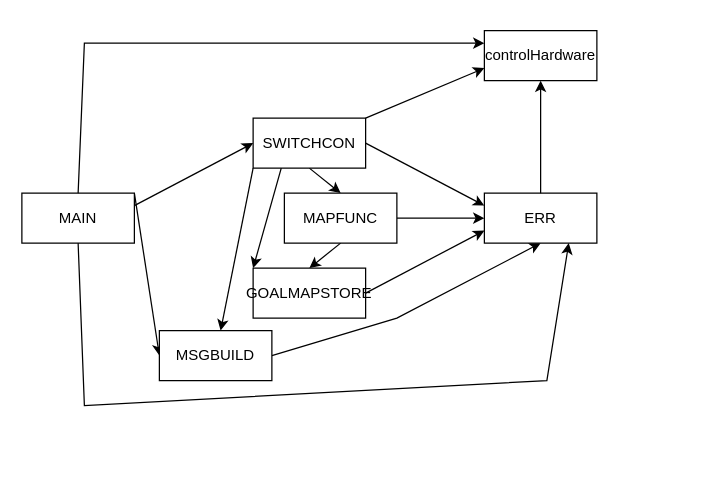
Before: diagramsDrawio/scriptConnections.drawio in SophiagDotart/puzzlingRobots, a draw.io diagram. Source tidied: cells renumbered, new cells numbered last; positions are measured from the earlier drawing's top-left corner, leaving out a move shared by most shapes. Both pictures are drawn from the tidied source at 125%, with x=0, y=0 at pixel (21, 30).
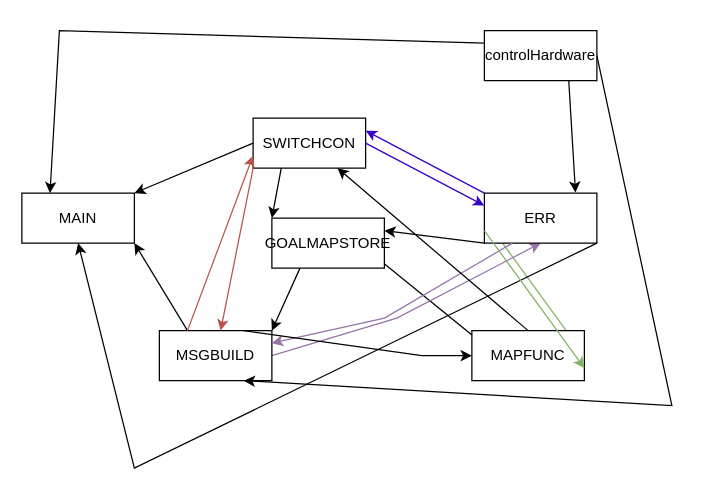
The same diagram, later.

The change refers to these unchanged cells:
```xml
<mxCell id="10" value="MSGBUILD" style="rounded=0;whiteSpace=wrap;html=1;" parent="1" vertex="1">
  <mxGeometry x="110" y="240" width="90" height="40" as="geometry" />
</mxCell>
<mxCell id="11" value="MAIN" style="rounded=0;whiteSpace=wrap;html=1;" parent="1" vertex="1">
  <mxGeometry y="130" width="90" height="40" as="geometry" />
</mxCell>
<mxCell id="12" value="ERR" style="rounded=0;whiteSpace=wrap;html=1;" parent="1" vertex="1">
  <mxGeometry x="370" y="130" width="90" height="40" as="geometry" />
</mxCell>
<mxCell id="15" value="SWITCHCON" style="rounded=0;whiteSpace=wrap;html=1;" parent="1" vertex="1">
  <mxGeometry x="185" y="70" width="90" height="40" as="geometry" />
</mxCell>
<mxCell id="17" value="controlHardware" style="rounded=0;whiteSpace=wrap;html=1;" parent="1" vertex="1">
  <mxGeometry x="370" width="90" height="40" as="geometry" />
</mxCell>
```

Diff of the diagram source:
```diff
@@
-    <mxCell id="2" style="endArrow=classic;html=1;rounded=0;exitX=1;exitY=0.25;exitDx=0;exitDy=0;entryX=0;entryY=0.5;entryDx=0;entryDy=0;" parent="1" edge="1" source="11" target="15">
-      <mxGeometry relative="1" as="geometry" />
-    </mxCell>
-    <mxCell id="3" style="endArrow=classic;html=1;rounded=0;entryX=0.5;entryY=0;entryDx=0;entryDy=0;exitX=0.5;exitY=1;exitDx=0;exitDy=0;" parent="1" edge="1" source="15" target="13">
-      <mxGeometry relative="1" as="geometry" />
-    </mxCell>
@@
-    <mxCell id="5" style="endArrow=classic;html=1;rounded=0;exitX=1;exitY=0;exitDx=0;exitDy=0;entryX=0;entryY=0.5;entryDx=0;entryDy=0;" parent="1" edge="1" source="11" target="10">
-      <mxGeometry relative="1" as="geometry" />
-    </mxCell>
-    <mxCell id="6" style="endArrow=classic;html=1;rounded=0;entryX=0;entryY=0.25;entryDx=0;entryDy=0;exitX=1;exitY=0.5;exitDx=0;exitDy=0;" parent="1" edge="1" source="15" target="12">
+    <mxCell id="6" style="endArrow=classic;html=1;rounded=0;entryX=0;entryY=0.25;entryDx=0;entryDy=0;exitX=1;exitY=0.5;exitDx=0;exitDy=0;fillColor=#6a00ff;strokeColor=#3700CC;" parent="1" edge="1" source="15" target="12">
       <mxGeometry relative="1" as="geometry" />
     </mxCell>
-    <mxCell id="7" style="endArrow=classic;html=1;rounded=0;exitX=1;exitY=0.5;exitDx=0;exitDy=0;entryX=0;entryY=0.5;entryDx=0;entryDy=0;" parent="1" edge="1" source="13" target="12">
+    <mxCell id="7" style="endArrow=classic;html=1;rounded=0;exitX=1;exitY=0.5;exitDx=0;exitDy=0;entryX=0;entryY=0.5;entryDx=0;entryDy=0;fillColor=#d5e8d4;strokeColor=#82b366;" parent="1" edge="1" source="13" target="12">
       <mxGeometry relative="1" as="geometry" />
     </mxCell>
-    <mxCell id="8" style="endArrow=classic;html=1;rounded=0;entryX=0;entryY=0.75;entryDx=0;entryDy=0;exitX=1;exitY=0.5;exitDx=0;exitDy=0;" parent="1" edge="1" source="14" target="12">
-      <mxGeometry relative="1" as="geometry" />
-    </mxCell>
-    <mxCell id="9" style="endArrow=classic;html=1;rounded=0;entryX=0.5;entryY=1;entryDx=0;entryDy=0;exitX=1;exitY=0.5;exitDx=0;exitDy=0;" parent="1" edge="1" source="10" target="12">
+    <mxCell id="9" style="endArrow=classic;html=1;rounded=0;entryX=0.5;entryY=1;entryDx=0;entryDy=0;exitX=1;exitY=0.5;exitDx=0;exitDy=0;fillColor=#e1d5e7;strokeColor=#9673a6;" parent="1" edge="1" source="10" target="12">
       <mxGeometry relative="1" as="geometry">
         <Array as="points">
           <mxPoint x="300" y="230" />
         </Array>
       </mxGeometry>
     </mxCell>
@@
     <mxCell id="13" value="MAPFUNC" style="rounded=0;whiteSpace=wrap;html=1;" parent="1" vertex="1">
-      <mxGeometry x="210" y="130" width="90" height="40" as="geometry" />
+      <mxGeometry x="360" y="240" width="90" height="40" as="geometry" />
     </mxCell>
     <mxCell id="14" value="GOALMAPSTORE" style="rounded=0;whiteSpace=wrap;html=1;" parent="1" vertex="1">
-      <mxGeometry x="185" y="190" width="90" height="40" as="geometry" />
+      <mxGeometry x="200" y="150" width="90" height="40" as="geometry" />
     </mxCell>
@@
-    <mxCell id="16" style="endArrow=classic;html=1;rounded=0;exitX=0;exitY=1;exitDx=0;exitDy=0;" parent="1" edge="1" source="15" target="10">
+    <mxCell id="16" style="endArrow=classic;html=1;rounded=0;exitX=0;exitY=1;exitDx=0;exitDy=0;fillColor=#f8cecc;strokeColor=#b85450;" parent="1" edge="1" source="15" target="10">
       <mxGeometry relative="1" as="geometry" />
     </mxCell>
@@
-    <mxCell id="18" style="endArrow=classic;html=1;rounded=0;exitX=0.5;exitY=0;exitDx=0;exitDy=0;entryX=0;entryY=0.25;entryDx=0;entryDy=0;" parent="1" edge="1" source="11" target="17">
-      <mxGeometry relative="1" as="geometry">
-        <Array as="points">
-          <mxPoint x="50" y="10" />
-        </Array>
-      </mxGeometry>
-    </mxCell>
-    <mxCell id="19" style="endArrow=classic;html=1;rounded=0;exitX=1;exitY=0;exitDx=0;exitDy=0;entryX=0;entryY=0.75;entryDx=0;entryDy=0;" parent="1" edge="1" source="15" target="17">
-      <mxGeometry relative="1" as="geometry" />
-    </mxCell>
-    <mxCell id="20" style="endArrow=classic;html=1;rounded=0;exitX=0.5;exitY=0;exitDx=0;exitDy=0;entryX=0.5;entryY=1;entryDx=0;entryDy=0;" parent="1" edge="1" source="12" target="17">
-      <mxGeometry relative="1" as="geometry" />
-    </mxCell>
@@
-    <mxCell id="22" style="endArrow=classic;html=1;rounded=0;exitX=0.5;exitY=1;exitDx=0;exitDy=0;entryX=0.75;entryY=1;entryDx=0;entryDy=0;" parent="1" edge="1" source="11" target="12">
-      <mxGeometry relative="1" as="geometry">
-        <Array as="points">
-          <mxPoint x="50" y="300" />
-          <mxPoint x="420" y="280" />
-        </Array>
-      </mxGeometry>
-    </mxCell>
+    <mxCell id="23" style="endArrow=classic;html=1;rounded=0;exitX=0;exitY=0.25;exitDx=0;exitDy=0;entryX=0.25;entryY=0;entryDx=0;entryDy=0;" parent="1" edge="1" source="17" target="11">
+      <mxGeometry relative="1" as="geometry">
+        <Array as="points">
+          <mxPoint x="30" />
+        </Array>
+      </mxGeometry>
+    </mxCell>
+    <mxCell id="24" style="endArrow=classic;html=1;rounded=0;exitX=0;exitY=0.5;exitDx=0;exitDy=0;entryX=1;entryY=0;entryDx=0;entryDy=0;entryPerimeter=0;" parent="1" edge="1" source="15" target="11">
+      <mxGeometry relative="1" as="geometry" />
+    </mxCell>
+    <mxCell id="25" style="endArrow=classic;html=1;rounded=0;exitX=0.25;exitY=0;exitDx=0;exitDy=0;entryX=1;entryY=1;entryDx=0;entryDy=0;" parent="1" edge="1" source="10" target="11">
+      <mxGeometry relative="1" as="geometry" />
+    </mxCell>
+    <mxCell id="26" style="endArrow=classic;html=1;rounded=0;entryX=0.5;entryY=1;entryDx=0;entryDy=0;exitX=1;exitY=1;exitDx=0;exitDy=0;" parent="1" edge="1" source="12" target="11">
+      <mxGeometry relative="1" as="geometry">
+        <Array as="points">
+          <mxPoint x="90" y="350" />
+        </Array>
+      </mxGeometry>
+    </mxCell>
+    <mxCell id="27" style="endArrow=classic;html=1;rounded=0;exitX=0;exitY=1;exitDx=0;exitDy=0;entryX=1;entryY=0.25;entryDx=0;entryDy=0;" parent="1" edge="1" source="12" target="14">
+      <mxGeometry relative="1" as="geometry" />
+    </mxCell>
+    <mxCell id="28" style="endArrow=classic;html=1;rounded=0;exitX=0.75;exitY=1;exitDx=0;exitDy=0;entryX=0.81;entryY=-0.01;entryDx=0;entryDy=0;entryPerimeter=0;" parent="1" edge="1" source="17" target="12">
+      <mxGeometry relative="1" as="geometry" />
+    </mxCell>
+    <mxCell id="29" style="endArrow=classic;html=1;rounded=0;exitX=1;exitY=0.5;exitDx=0;exitDy=0;entryX=0.75;entryY=1;entryDx=0;entryDy=0;" parent="1" edge="1" source="17" target="10">
+      <mxGeometry relative="1" as="geometry">
+        <Array as="points">
+          <mxPoint x="520" y="300" />
+        </Array>
+      </mxGeometry>
+    </mxCell>
+    <mxCell id="30" style="endArrow=classic;html=1;rounded=0;exitX=0.25;exitY=1;exitDx=0;exitDy=0;entryX=1;entryY=0.25;entryDx=0;entryDy=0;fillColor=#e1d5e7;strokeColor=#9673a6;" parent="1" edge="1" source="12" target="10">
+      <mxGeometry relative="1" as="geometry">
+        <Array as="points">
+          <mxPoint x="290" y="230" />
+        </Array>
+      </mxGeometry>
+    </mxCell>
+    <mxCell id="31" style="endArrow=classic;html=1;rounded=0;exitX=0.5;exitY=0;exitDx=0;exitDy=0;entryX=0.75;entryY=1;entryDx=0;entryDy=0;" parent="1" edge="1" source="13" target="15">
+      <mxGeometry relative="1" as="geometry" />
+    </mxCell>
+    <mxCell id="32" style="endArrow=classic;html=1;rounded=0;exitX=0.25;exitY=0;exitDx=0;exitDy=0;entryX=0;entryY=0.75;entryDx=0;entryDy=0;fillColor=#f8cecc;strokeColor=#b85450;" parent="1" edge="1" source="10" target="15">
+      <mxGeometry relative="1" as="geometry" />
+    </mxCell>
+    <mxCell id="33" style="endArrow=classic;html=1;rounded=0;exitX=0;exitY=0;exitDx=0;exitDy=0;entryX=1;entryY=0.25;entryDx=0;entryDy=0;fillColor=#6a00ff;strokeColor=#3700CC;" parent="1" edge="1" source="12" target="15">
+      <mxGeometry relative="1" as="geometry" />
+    </mxCell>
+    <mxCell id="34" style="endArrow=classic;html=1;rounded=0;exitX=0;exitY=0.75;exitDx=0;exitDy=0;entryX=1;entryY=0.75;entryDx=0;entryDy=0;fillColor=#d5e8d4;strokeColor=#82b366;" parent="1" edge="1" source="12" target="13">
+      <mxGeometry relative="1" as="geometry" />
+    </mxCell>
+    <mxCell id="35" style="endArrow=classic;html=1;rounded=0;exitX=0.75;exitY=0;exitDx=0;exitDy=0;entryX=0;entryY=0.5;entryDx=0;entryDy=0;" parent="1" edge="1" source="10" target="13">
+      <mxGeometry relative="1" as="geometry">
+        <Array as="points">
+          <mxPoint x="320" y="260" />
+        </Array>
+      </mxGeometry>
+    </mxCell>
+    <mxCell id="36" style="endArrow=classic;html=1;rounded=0;exitX=0.25;exitY=1;exitDx=0;exitDy=0;entryX=1;entryY=0;entryDx=0;entryDy=0;" parent="1" edge="1" source="14" target="10">
+      <mxGeometry relative="1" as="geometry" />
+    </mxCell>
```
